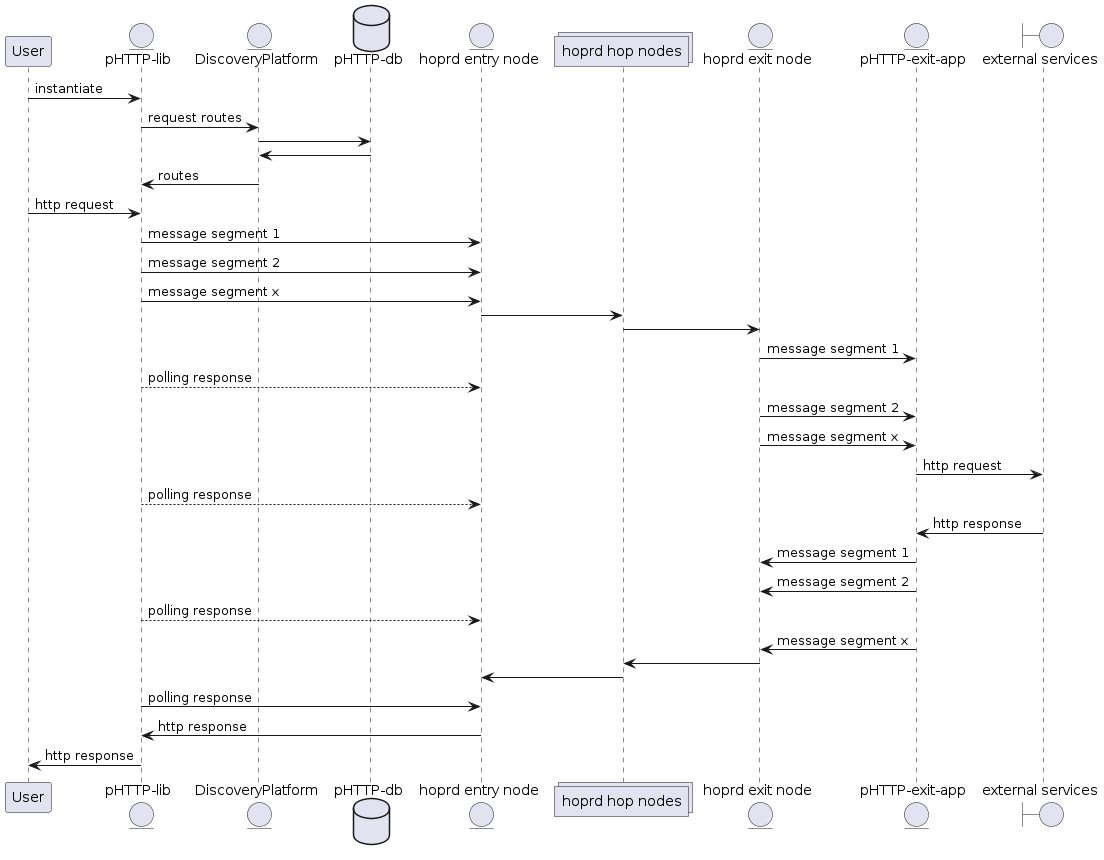
This is assets/phttp-sequence.png from hoprnet/pHTTP-charts, a PlantUML export, as it was before one commit. Source of this version:
```plantuml
@startuml
participant User as user
entity "pHTTP-lib" as phttplib
entity "DiscoveryPlatform" as dp
database "pHTTP-db" as phttpdb
entity "hoprd entry node" as entry
collections "hoprd hop nodes" as hop
entity "hoprd exit node" as exit
entity "pHTTP-exit-app" as phttpexitapp
boundary "external services" as services

user -> phttplib : instantiate
phttplib -> dp: request routes
dp -> phttpdb
phttpdb -> dp
dp -> phttplib: routes
user -> phttplib: http request
phttplib -> entry: message segment 1
phttplib -> entry: message segment 2
phttplib -> entry: message segment x
entry -> hop
hop -> exit
exit -> phttpexitapp: message segment 1
phttplib --> entry: polling response
exit -> phttpexitapp: message segment 2
exit -> phttpexitapp: message segment x
phttpexitapp -> services: http request
phttplib --> entry: polling response
services -> phttpexitapp: http response
phttpexitapp -> exit: message segment 1
phttpexitapp -> exit: message segment 2
phttplib --> entry: polling response
phttpexitapp -> exit: message segment x
exit -> hop
hop -> entry
phttplib -> entry: polling response
entry -> phttplib: http response
phttplib -> user: http response

@enduml
```
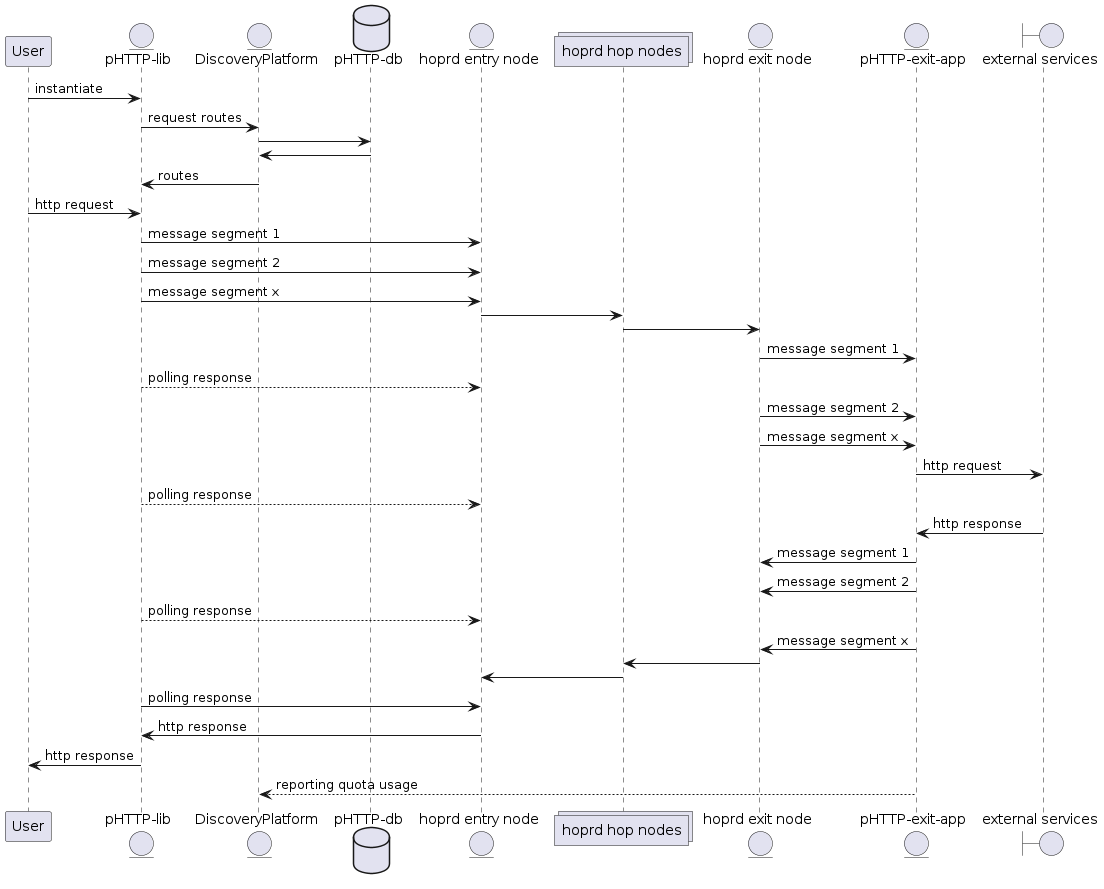
The same diagram one commit later.

Commit message:
added quota reporting

The edit, as a diff of the source:
```diff
@@ -36,5 +36,6 @@
 phttplib -> entry: polling response
 entry -> phttplib: http response
 phttplib -> user: http response
+phttpexitapp --> dp: reporting quota usage
 
 @enduml
```
